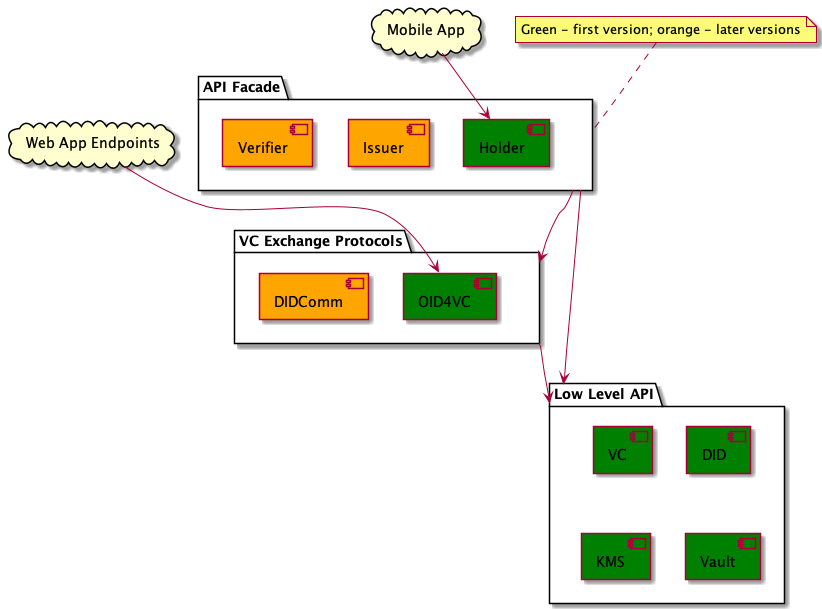
The PlantUML diagram docs/api-tiers.png in equs-ai/equs-credentials-sdk, before a commit.
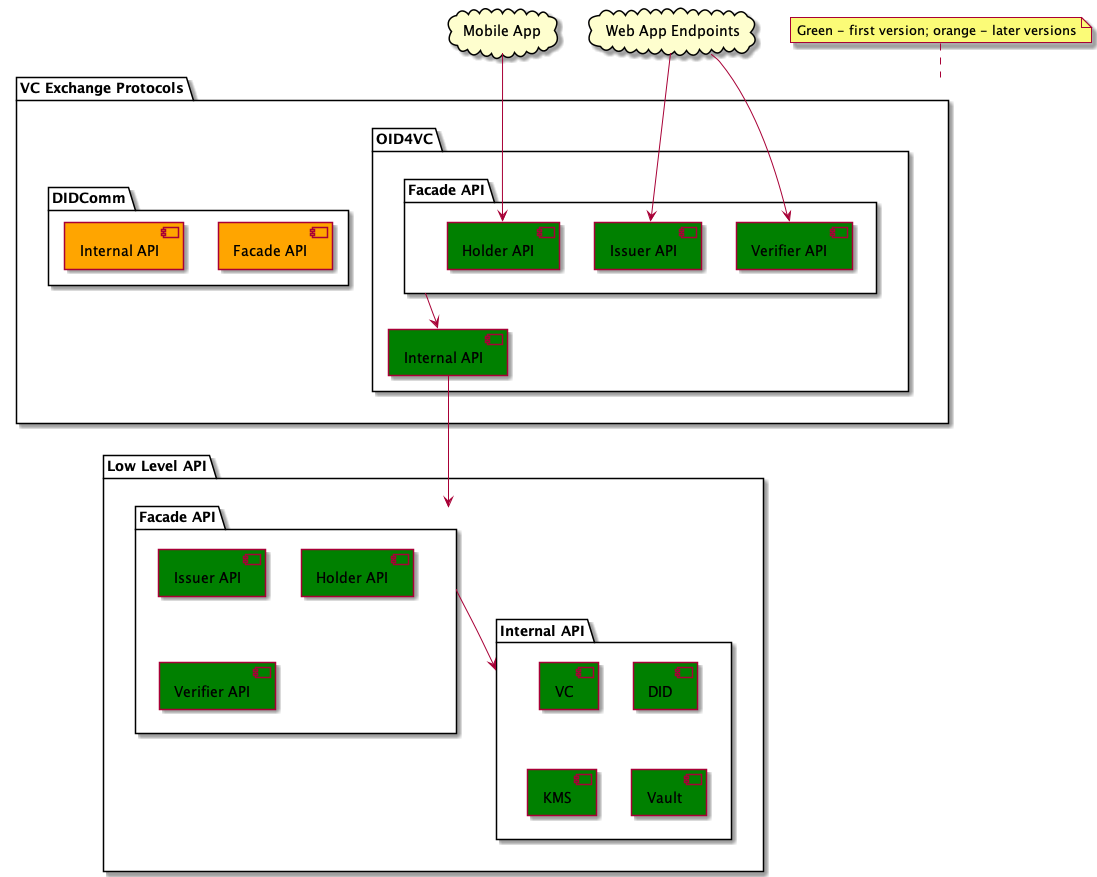
The same file after the commit.

Change to the diagram source:
```diff
@@ -1,36 +1,56 @@
 @startuml
 
-package "API Facade" as FAPI {
-[Holder] as HAPI #Green
-[Issuer] #Orange
-[Verifier] #Orange
-}
 
 
 package "VC Exchange Protocols" as EPAPI {
-  [OID4VC] #Green
-  [DIDComm] #Orange
+
+    package "OID4VC" {
+        package "Facade API" as EOFAPI {
+          [Issuer API] as EOFAPII #Green
+          [Holder API] as EOFAPIH #Green
+          [Verifier API] as EOFAPIV #Green
+        }
+
+        [Internal API] as EOIAPI #Green
+    }
+
+    package "DIDComm" {
+        [Facade API] #Orange
+        [Internal API] #Orange
+    }
+
+
 }
 
 package "Low Level API" as LLAPI {
-  [VC] #Green
-  [DID] #Green
-  [KMS] #Green
-  [Vault] #Green
+
+    package "Facade API" as LFAPI {
+      [Issuer API] as LFAPII #Green
+      [Holder API] as LFAPIH #Green
+      [Verifier API] as LFAPIV #Green
+    }
+
+    package "Internal API" as LIAPI {
+      [VC] #Green
+      [DID] #Green
+      [KMS] #Green
+      [Vault] #Green
+    }
 }
 
-EPAPI --> LLAPI
-FAPI --> LLAPI
-FAPI --> EPAPI
-
 cloud "Mobile App" as MAPP
-
 cloud "Web App Endpoints" as WAPP
 
-MAPP --> HAPI
-WAPP --> OID4VC
+LFAPI --> LIAPI
+EOFAPI --> EOIAPI
 
-note top of FAPI: Green - first version; orange - later versions
+EOIAPI --> LFAPI
+
+MAPP --> EOFAPIH
+WAPP --> EOFAPII
+WAPP --> EOFAPIV
+
+note top of EPAPI: Green - first version; orange - later versions
 
 
 @enduml
```
